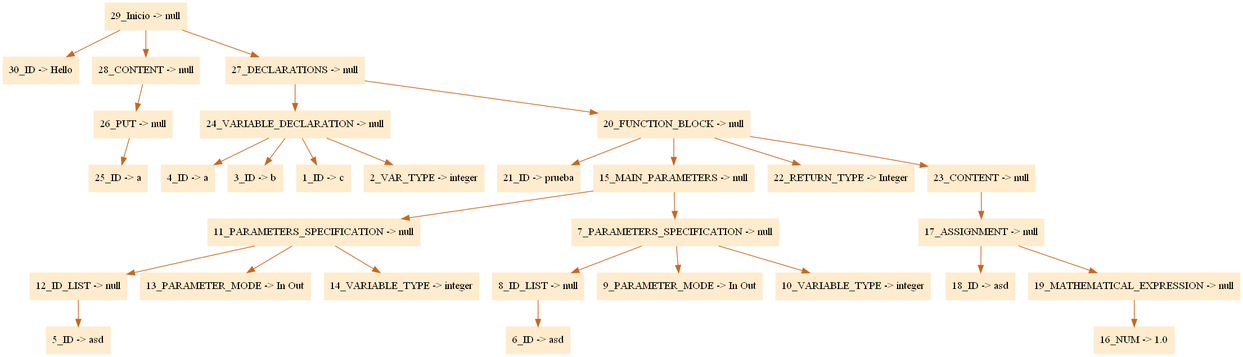
FranciscoPagoaga/Ada95-Compiler keeps this Graphviz diagram as arbol.png. Above is the earlier version. Its source is kept beside it as arbol.dot.
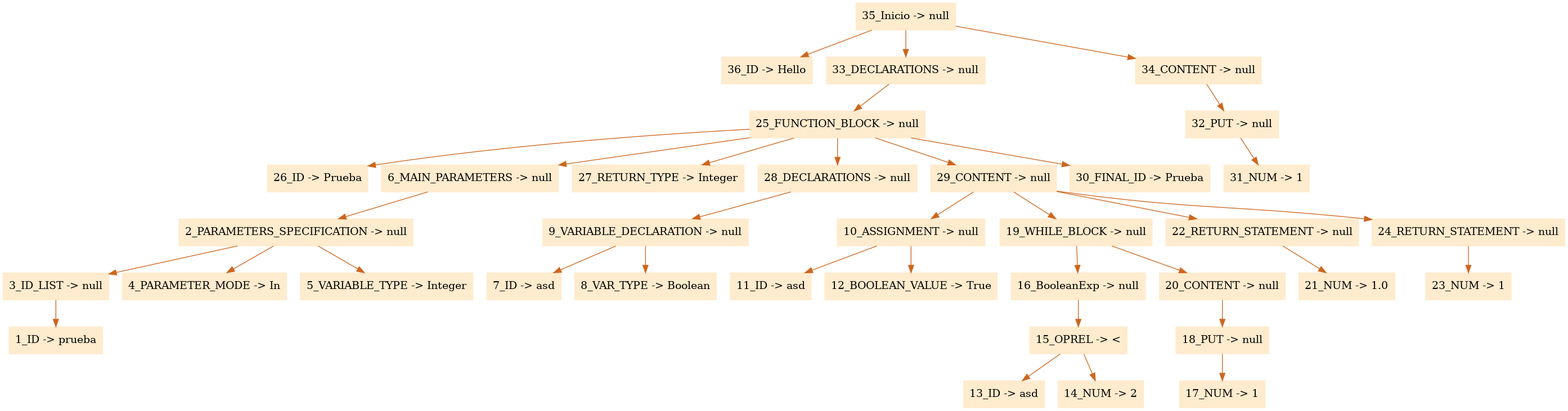
The same diagram one commit later.

Change to the diagram source:
```diff
@@ -1,34 +1,40 @@
 digraph G {node[shape=box, style=filled, color=blanchedalmond]; edge[color=chocolate3];rankdir=UD
 
-"29_Inicio -> null"->"30_ID -> Hello"
-"29_Inicio -> null"->"28_CONTENT -> null"
-"28_CONTENT -> null"->"26_PUT -> null"
-"26_PUT -> null"->"25_ID -> a"
-"29_Inicio -> null"->"27_DECLARATIONS -> null"
-"27_DECLARATIONS -> null"->"24_VARIABLE_DECLARATION -> null"
-"24_VARIABLE_DECLARATION -> null"->"4_ID -> a"
-"24_VARIABLE_DECLARATION -> null"->"3_ID -> b"
-"24_VARIABLE_DECLARATION -> null"->"1_ID -> c"
-"24_VARIABLE_DECLARATION -> null"->"2_VAR_TYPE -> integer"
-"27_DECLARATIONS -> null"->"20_FUNCTION_BLOCK -> null"
-"20_FUNCTION_BLOCK -> null"->"21_ID -> prueba"
-"20_FUNCTION_BLOCK -> null"->"15_MAIN_PARAMETERS -> null"
-"15_MAIN_PARAMETERS -> null"->"11_PARAMETERS_SPECIFICATION -> null"
-"11_PARAMETERS_SPECIFICATION -> null"->"12_ID_LIST -> null"
-"12_ID_LIST -> null"->"5_ID -> asd"
-"11_PARAMETERS_SPECIFICATION -> null"->"13_PARAMETER_MODE -> In Out"
-"11_PARAMETERS_SPECIFICATION -> null"->"14_VARIABLE_TYPE -> integer"
-"15_MAIN_PARAMETERS -> null"->"7_PARAMETERS_SPECIFICATION -> null"
-"7_PARAMETERS_SPECIFICATION -> null"->"8_ID_LIST -> null"
-"8_ID_LIST -> null"->"6_ID -> asd"
-"7_PARAMETERS_SPECIFICATION -> null"->"9_PARAMETER_MODE -> In Out"
-"7_PARAMETERS_SPECIFICATION -> null"->"10_VARIABLE_TYPE -> integer"
-"20_FUNCTION_BLOCK -> null"->"22_RETURN_TYPE -> Integer"
-"20_FUNCTION_BLOCK -> null"->"23_CONTENT -> null"
-"23_CONTENT -> null"->"17_ASSIGNMENT -> null"
-"17_ASSIGNMENT -> null"->"18_ID -> asd"
-"17_ASSIGNMENT -> null"->"19_MATHEMATICAL_EXPRESSION -> null"
-"19_MATHEMATICAL_EXPRESSION -> null"->"16_NUM -> 1.0"
+"35_Inicio -> null"->"36_ID -> Hello"
+"35_Inicio -> null"->"33_DECLARATIONS -> null"
+"33_DECLARATIONS -> null"->"25_FUNCTION_BLOCK -> null"
+"25_FUNCTION_BLOCK -> null"->"26_ID -> Prueba"
+"25_FUNCTION_BLOCK -> null"->"6_MAIN_PARAMETERS -> null"
+"6_MAIN_PARAMETERS -> null"->"2_PARAMETERS_SPECIFICATION -> null"
+"2_PARAMETERS_SPECIFICATION -> null"->"3_ID_LIST -> null"
+"3_ID_LIST -> null"->"1_ID -> prueba"
+"2_PARAMETERS_SPECIFICATION -> null"->"4_PARAMETER_MODE -> In"
+"2_PARAMETERS_SPECIFICATION -> null"->"5_VARIABLE_TYPE -> Integer"
+"25_FUNCTION_BLOCK -> null"->"27_RETURN_TYPE -> Integer"
+"25_FUNCTION_BLOCK -> null"->"28_DECLARATIONS -> null"
+"28_DECLARATIONS -> null"->"9_VARIABLE_DECLARATION -> null"
+"9_VARIABLE_DECLARATION -> null"->"7_ID -> asd"
+"9_VARIABLE_DECLARATION -> null"->"8_VAR_TYPE -> Boolean"
+"25_FUNCTION_BLOCK -> null"->"29_CONTENT -> null"
+"29_CONTENT -> null"->"10_ASSIGNMENT -> null"
+"10_ASSIGNMENT -> null"->"11_ID -> asd"
+"10_ASSIGNMENT -> null"->"12_BOOLEAN_VALUE -> True"
+"29_CONTENT -> null"->"19_WHILE_BLOCK -> null"
+"19_WHILE_BLOCK -> null"->"16_BooleanExp -> null"
+"16_BooleanExp -> null"->"15_OPREL -> <"
+"15_OPREL -> <"->"13_ID -> asd"
+"15_OPREL -> <"->"14_NUM -> 2"
+"19_WHILE_BLOCK -> null"->"20_CONTENT -> null"
+"20_CONTENT -> null"->"18_PUT -> null"
+"18_PUT -> null"->"17_NUM -> 1"
+"29_CONTENT -> null"->"22_RETURN_STATEMENT -> null"
+"22_RETURN_STATEMENT -> null"->"21_NUM -> 1.0"
+"29_CONTENT -> null"->"24_RETURN_STATEMENT -> null"
+"24_RETURN_STATEMENT -> null"->"23_NUM -> 1"
+"25_FUNCTION_BLOCK -> null"->"30_FINAL_ID -> Prueba"
+"35_Inicio -> null"->"34_CONTENT -> null"
+"34_CONTENT -> null"->"32_PUT -> null"
+"32_PUT -> null"->"31_NUM -> 1"
 
 
 }
```
